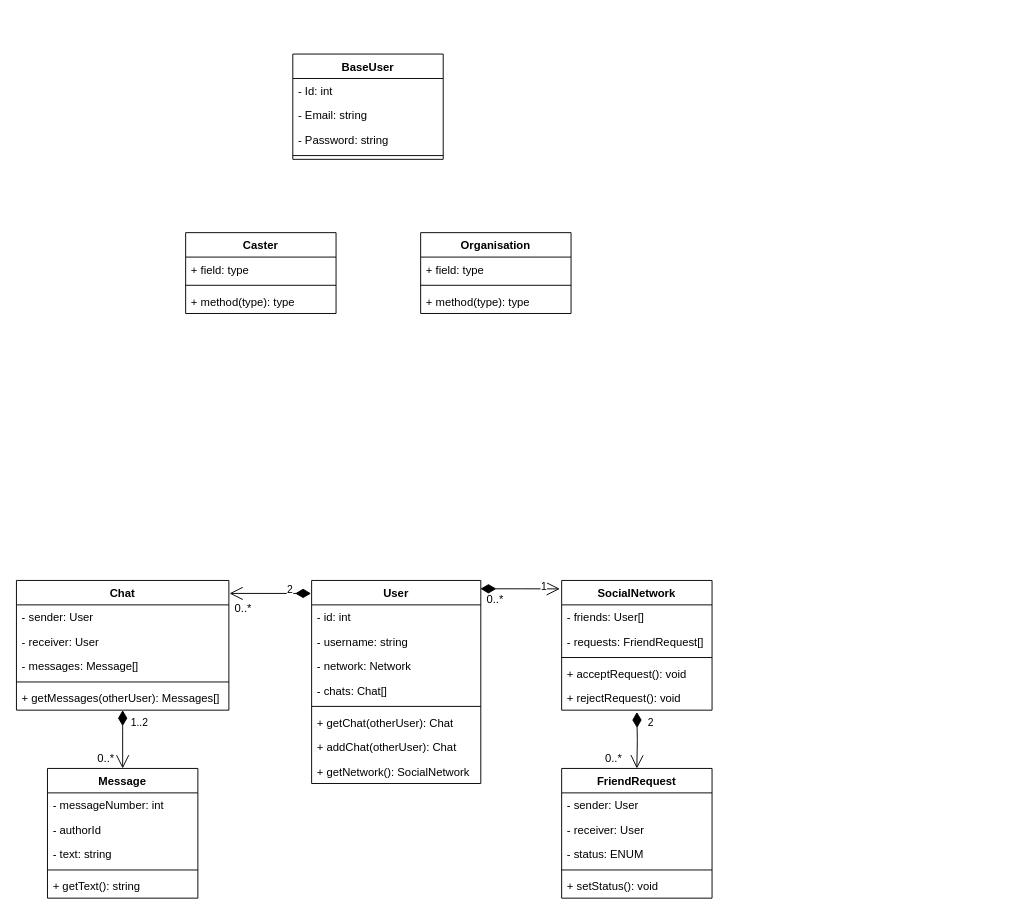
Above: page "Class Diagram (User, messages, friends)" (2 of 2) of diagrams/User_db_class.drawio in riv4lz/riv4lz-backend (draw.io), before the change. Source tidied: cells renumbered, new cells numbered last; positions are measured from the earlier drawing's top-left corner, leaving out a move shared by most shapes. Both pictures are drawn from the tidied source at 94%, with x=0, y=0 at pixel (16, 54).
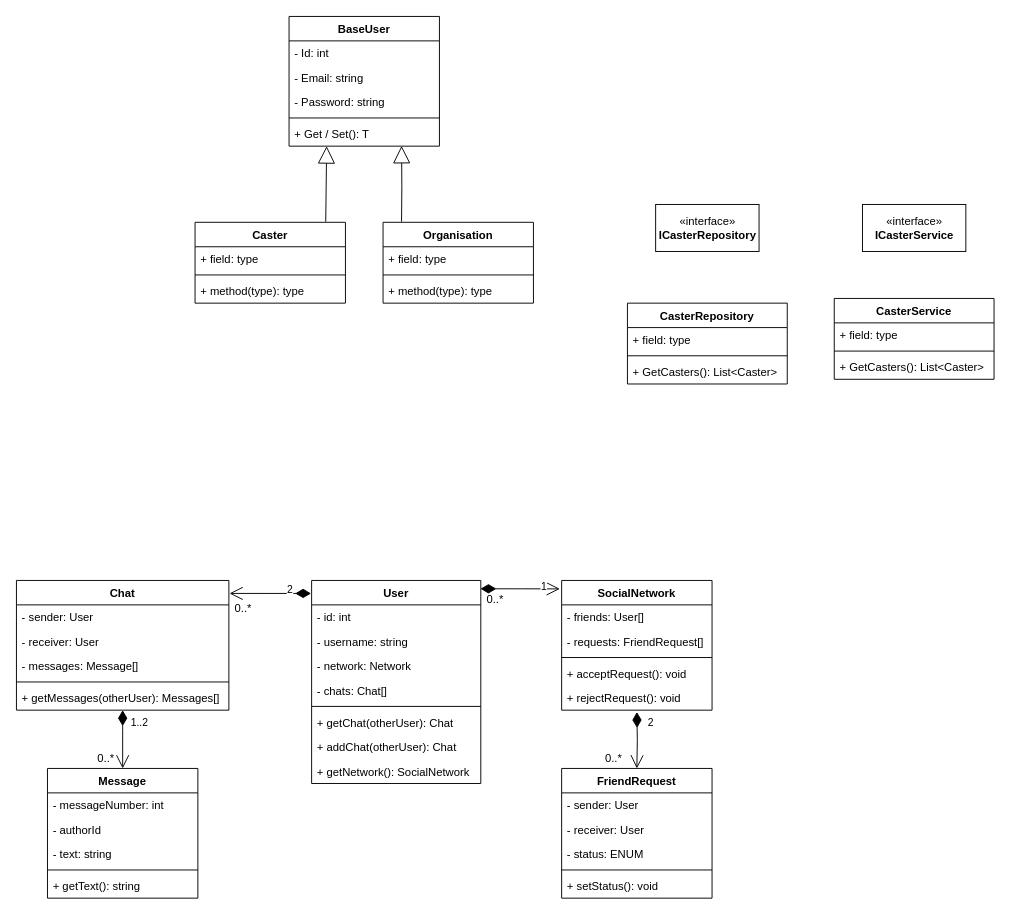
Above is the later version.

The edit, as a diff of the source:
```diff
@@
     <mxCell id="45" value="Caster" style="swimlane;fontStyle=1;align=center;verticalAlign=top;horizontal=1;startSize=26;" parent="1" vertex="1">
-      <mxGeometry x="180" y="190" width="160" height="86" as="geometry" />
+      <mxGeometry x="190" y="179" width="160" height="86" as="geometry" />
     </mxCell>
@@
     <mxCell id="49" value="Organisation" style="swimlane;fontStyle=1;align=center;verticalAlign=top;horizontal=1;startSize=26;" parent="1" vertex="1">
-      <mxGeometry x="430" y="190" width="160" height="86" as="geometry" />
+      <mxGeometry x="390" y="179" width="160" height="86" as="geometry" />
     </mxCell>
@@
     <mxCell id="53" value="BaseUser" style="swimlane;fontStyle=1;align=center;verticalAlign=top;horizontal=1;startSize=26;" parent="1" vertex="1">
-      <mxGeometry x="294" width="160" height="112" as="geometry" />
+      <mxGeometry x="290" y="-40" width="160" height="138" as="geometry" />
     </mxCell>
@@
+    <mxCell id="58" value="+ Get / Set(): T" style="text;strokeColor=none;fillColor=none;align=left;verticalAlign=top;spacingLeft=4;spacingRight=4;overflow=hidden;points=[[0,0.5],[1,0.5]];portConstraint=eastwest;" parent="53" vertex="1">
+      <mxGeometry y="112" width="160" height="26" as="geometry" />
+    </mxCell>
+    <mxCell id="59" value="«interface»&lt;br&gt;&lt;b&gt;ICasterService&lt;/b&gt;" style="html=1;" parent="1" vertex="1">
+      <mxGeometry x="900" y="160" width="110" height="50" as="geometry" />
+    </mxCell>
+    <mxCell id="60" value="CasterService" style="swimlane;fontStyle=1;align=center;verticalAlign=top;horizontal=1;startSize=26;" parent="1" vertex="1">
+      <mxGeometry x="870" y="260" width="170" height="86" as="geometry" />
+    </mxCell>
+    <mxCell id="61" value="+ field: type" style="text;strokeColor=none;fillColor=none;align=left;verticalAlign=top;spacingLeft=4;spacingRight=4;overflow=hidden;" parent="60" vertex="1">
+      <mxGeometry y="26" width="170" height="26" as="geometry" />
+    </mxCell>
+    <mxCell id="62" style="line;strokeWidth=1;fillColor=none;align=left;verticalAlign=middle;spacingTop=-1;spacingLeft=3;spacingRight=3;labelPosition=right;" parent="60" vertex="1">
+      <mxGeometry y="52" width="170" height="8" as="geometry" />
+    </mxCell>
+    <mxCell id="63" value="+ GetCasters(): List&lt;Caster&gt;" style="text;strokeColor=none;fillColor=none;align=left;verticalAlign=top;spacingLeft=4;spacingRight=4;overflow=hidden;" parent="60" vertex="1">
+      <mxGeometry y="60" width="170" height="26" as="geometry" />
+    </mxCell>
+    <mxCell id="64" value="«interface»&lt;br&gt;&lt;b&gt;ICasterRepository&lt;/b&gt;" style="html=1;" parent="1" vertex="1">
+      <mxGeometry x="680" y="160" width="110" height="50" as="geometry" />
+    </mxCell>
+    <mxCell id="65" style="endArrow=block;endSize=16;endFill=0;html=1;rounded=0;entryX=0.748;entryY=0.989;entryDx=0;entryDy=0;entryPerimeter=0;exitX=0.123;exitY=-0.007;exitDx=0;exitDy=0;exitPerimeter=0;" parent="1" edge="1" source="49" target="58">
+      <mxGeometry relative="1" as="geometry">
+        <Array as="points">
+          <mxPoint x="410" y="140" />
+        </Array>
+      </mxGeometry>
+    </mxCell>
+    <mxCell id="66" style="endArrow=block;endSize=16;endFill=0;html=1;rounded=0;entryX=0.25;entryY=1;entryDx=0;entryDy=0;exitX=0.869;exitY=-0.007;exitDx=0;exitDy=0;exitPerimeter=0;" parent="1" edge="1" source="45" target="53">
+      <mxGeometry relative="1" as="geometry" />
+    </mxCell>
+    <mxCell id="67" value="CasterRepository" style="swimlane;fontStyle=1;align=center;verticalAlign=top;horizontal=1;startSize=26;" parent="1" vertex="1">
+      <mxGeometry x="650" y="265" width="170" height="86" as="geometry" />
+    </mxCell>
+    <mxCell id="68" value="+ field: type" style="text;strokeColor=none;fillColor=none;align=left;verticalAlign=top;spacingLeft=4;spacingRight=4;overflow=hidden;" parent="67" vertex="1">
+      <mxGeometry y="26" width="170" height="26" as="geometry" />
+    </mxCell>
+    <mxCell id="69" style="line;strokeWidth=1;fillColor=none;align=left;verticalAlign=middle;spacingTop=-1;spacingLeft=3;spacingRight=3;labelPosition=right;" parent="67" vertex="1">
+      <mxGeometry y="52" width="170" height="8" as="geometry" />
+    </mxCell>
+    <mxCell id="70" value="+ GetCasters(): List&lt;Caster&gt;" style="text;strokeColor=none;fillColor=none;align=left;verticalAlign=top;spacingLeft=4;spacingRight=4;overflow=hidden;" parent="67" vertex="1">
+      <mxGeometry y="60" width="170" height="26" as="geometry" />
+    </mxCell>
```
